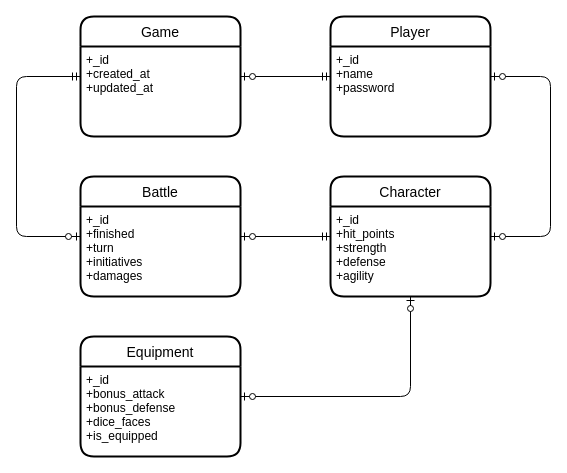
Earlier version of the draw.io diagram page "ERD" (1 of 2) of TBRPG Diagrams.drawio (thbighead/turn-based-rpg). Source tidied: cells renumbered, new cells numbered last; positions are measured from the earlier drawing's top-left corner, leaving out a move shared by most shapes. Both pictures are drawn from the tidied source at 100%, with x=0, y=0 at pixel (16, 16).
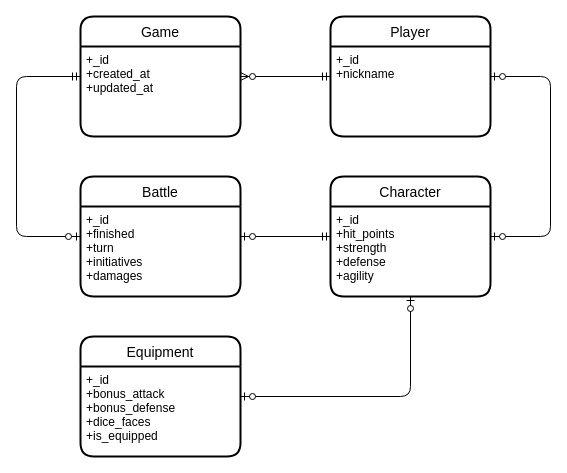
After the change.

Commit message:
Update Diagrams: fixing relation between Player and Game

The change refers to these unchanged cells:
```xml
<mxCell id="7" value="Game" style="swimlane;horizontal=1;startSize=30;rounded=1;fontSize=14;fontStyle=0;strokeWidth=2;shadow=0;dashed=0;align=center;" parent="1" vertex="1">
  <mxGeometry x="64" width="160" height="120" as="geometry" />
</mxCell>
<mxCell id="9" value="Player" style="swimlane;horizontal=1;startSize=30;rounded=1;fontSize=14;fontStyle=0;strokeWidth=2;shadow=0;dashed=0;align=center;" parent="1" vertex="1">
  <mxGeometry x="314" width="160" height="120" as="geometry" />
</mxCell>
```

What changed in the source:
```diff
@@
-    <mxCell id="2" style="edgeStyle=orthogonalEdgeStyle;fontSize=12;html=1;endArrow=ERzeroToOne;startArrow=ERmandOne;" parent="1" edge="1" source="9" target="7">
+    <mxCell id="2" style="edgeStyle=orthogonalEdgeStyle;fontSize=12;html=1;endArrow=ERzeroToMany;startArrow=ERmandOne;endFill=1;" parent="1" edge="1" source="9" target="7">
       <mxGeometry relative="1" as="geometry" />
     </mxCell>
@@
-    <mxCell id="10" value="+_id&#10;+name&#10;+password" style="align=left;strokeColor=none;fillColor=none;spacingLeft=4;fontSize=12;verticalAlign=top;" parent="9" vertex="1">
+    <mxCell id="10" value="+_id&#10;+nickname" style="align=left;strokeColor=none;fillColor=none;spacingLeft=4;fontSize=12;verticalAlign=top;" parent="9" vertex="1">
       <mxGeometry y="30" width="160" height="90" as="geometry" />
     </mxCell>
```
